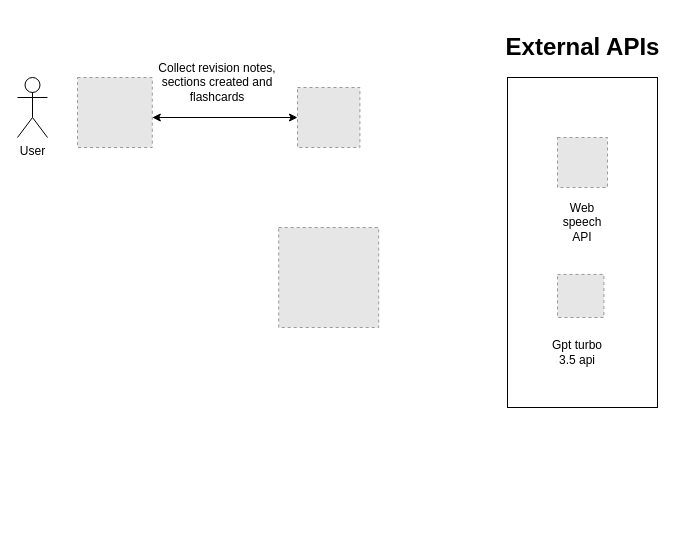
sha1thedon/project_empowermind keeps this draw.io diagram as fyp.drawio. Above is the earlier version. Source tidied: cells renumbered, new cells numbered last; positions are measured from the earlier drawing's top-left corner, leaving out a move shared by most shapes. Both pictures are drawn from the tidied source at 100%, with x=0, y=0 at pixel (17, 27). Pictures stored in the file or linked from it are replaced by grey dashed boxes.
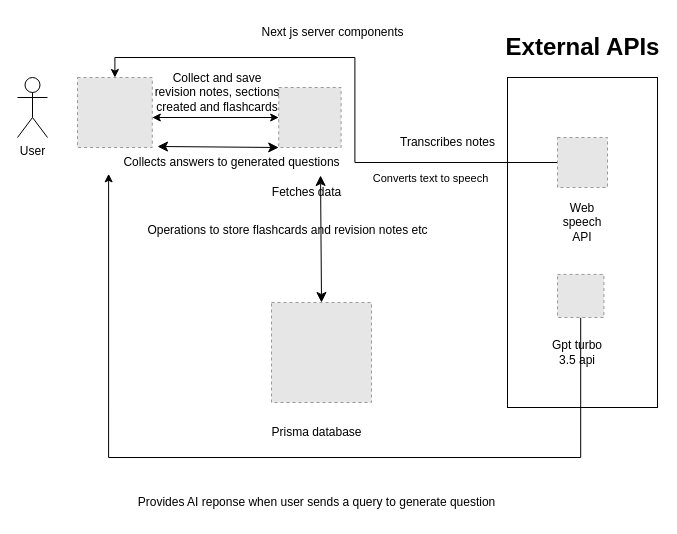
Above is the later version.

Unchanged cells that the change refers to:
```xml
<mxCell id="3" style="fillColor=#E6E6E6;strokeColor=#999999;dashed=1;verticalLabelPosition=bottom;labelBackgroundColor=default;verticalAlign=top;" parent="1" vertex="1">
  <mxGeometry x="60" y="50" width="74.8" height="70" as="geometry" />
</mxCell>
<mxCell id="8" style="fillColor=#E6E6E6;strokeColor=#999999;dashed=1;verticalLabelPosition=bottom;labelBackgroundColor=default;verticalAlign=top;" parent="1" vertex="1">
  <mxGeometry x="540" y="246.9" width="46.4" height="43.1" as="geometry" />
</mxCell>
<mxCell id="10" style="fillColor=#E6E6E6;strokeColor=#999999;dashed=1;verticalLabelPosition=bottom;labelBackgroundColor=default;verticalAlign=top;" parent="1" vertex="1">
  <mxGeometry x="540" y="110" width="50" height="50" as="geometry" />
</mxCell>
```

Diff of the diagram source:
```diff
@@
     <mxCell id="4" style="fillColor=#E6E6E6;strokeColor=#999999;dashed=1;verticalLabelPosition=bottom;labelBackgroundColor=default;verticalAlign=top;" parent="1" vertex="1">
-      <mxGeometry x="280" y="60" width="62.4" height="60" as="geometry" />
+      <mxGeometry x="261.2" y="60" width="62.4" height="60" as="geometry" />
     </mxCell>
     <mxCell id="5" style="fillColor=#E6E6E6;strokeColor=#999999;dashed=1;verticalLabelPosition=bottom;labelBackgroundColor=default;verticalAlign=top;" parent="1" vertex="1">
-      <mxGeometry x="261.2" y="200" width="100" height="100" as="geometry" />
+      <mxGeometry x="254" y="275" width="100" height="100" as="geometry" />
     </mxCell>
@@
+    <mxCell id="14" style="edgeStyle=orthogonalEdgeStyle;rounded=0;jettySize=auto;html=1;entryX=-0.012;entryY=0.878;entryDx=0;entryDy=0;entryPerimeter=0;" parent="1" edge="1" source="8" target="22">
+      <mxGeometry relative="1" as="geometry">
+        <Array as="points">
+          <mxPoint x="563" y="430" />
+          <mxPoint x="91" y="430" />
+        </Array>
+      </mxGeometry>
+    </mxCell>
@@
+    <mxCell id="15" style="edgeStyle=orthogonalEdgeStyle;rounded=0;jettySize=auto;html=1;entryX=0.5;entryY=0;entryDx=0;entryDy=0;" parent="1" edge="1" source="10" target="3">
+      <mxGeometry relative="1" as="geometry" />
+    </mxCell>
+    <mxCell id="16" value="Converts text to speech" style="edgeLabel;html=1;align=center;verticalAlign=middle;" parent="15" vertex="1">
+      <mxGeometry x="-0.55" y="3" relative="1" as="geometry">
+        <mxPoint y="12" as="offset" />
+      </mxGeometry>
+    </mxCell>
@@
-    <mxCell id="12" value="Collect revision notes, sections created and flashcards" style="text;html=1;align=center;verticalAlign=middle;whiteSpace=wrap;rounded=0;" parent="1" vertex="1">
-      <mxGeometry x="134.8" y="40" width="130" height="30" as="geometry" />
+    <mxCell id="12" value="Collect and save revision notes, sections created and flashcards" style="text;html=1;align=center;verticalAlign=middle;whiteSpace=wrap;rounded=0;" parent="1" vertex="1">
+      <mxGeometry x="134.8" y="50" width="130" height="30" as="geometry" />
     </mxCell>
@@
+    <mxCell id="17" value="Prisma database" style="text;html=1;align=center;verticalAlign=middle;strokeColor=none;fillColor=none;" parent="1" vertex="1">
+      <mxGeometry x="244" y="390" width="110" height="30" as="geometry" />
+    </mxCell>
+    <mxCell id="18" value="Operations to store flashcards and revision notes etc" style="text;html=1;align=center;verticalAlign=middle;strokeColor=none;fillColor=none;" parent="1" vertex="1">
+      <mxGeometry x="120" y="188" width="300" height="30" as="geometry" />
+    </mxCell>
+    <mxCell id="19" value="Fetches data" style="text;html=1;align=center;verticalAlign=middle;points=[];strokeColor=none;fillColor=none;" parent="1" vertex="1">
+      <mxGeometry x="244" y="150" width="90" height="30" as="geometry" />
+    </mxCell>
+    <mxCell id="20" value="Transcribes notes" style="text;html=1;align=center;verticalAlign=middle;strokeColor=none;fillColor=none;" parent="1" vertex="1">
+      <mxGeometry x="370" y="100" width="120" height="30" as="geometry" />
+    </mxCell>
+    <mxCell id="21" style="edgeStyle=none;jettySize=auto;html=1;endArrow=classic;startArrow=classic;endSize=8;startSize=8;rounded=0;entryX=0;entryY=1;entryDx=0;entryDy=0;" parent="1" edge="1" target="4">
+      <mxGeometry relative="1" as="geometry">
+        <mxPoint x="140" y="119" as="sourcePoint" />
+      </mxGeometry>
+    </mxCell>
+    <mxCell id="22" value="Collects answers to generated questions" style="text;html=1;align=center;verticalAlign=middle;points=[];strokeColor=none;fillColor=none;" parent="1" vertex="1">
+      <mxGeometry x="94" y="120" width="240" height="30" as="geometry" />
+    </mxCell>
+    <mxCell id="23" value="Provides AI reponse when user sends a query to generate question" style="text;html=1;align=center;verticalAlign=middle;strokeColor=none;fillColor=none;" parent="1" vertex="1">
+      <mxGeometry x="109" y="460" width="380" height="30" as="geometry" />
+    </mxCell>
+    <mxCell id="24" style="edgeStyle=none;jettySize=auto;html=1;endArrow=classic;startArrow=classic;endSize=8;startSize=8;rounded=0;exitX=0.5;exitY=0;exitDx=0;exitDy=0;entryX=0.656;entryY=-0.067;entryDx=0;entryDy=0;entryPerimeter=0;" parent="1" edge="1" source="5" target="19">
+      <mxGeometry relative="1" as="geometry" />
+    </mxCell>
+    <mxCell id="25" value="Next js server components" style="text;html=1;align=center;verticalAlign=middle;strokeColor=none;fillColor=none;" parent="1" vertex="1">
+      <mxGeometry x="230" y="-10" width="170" height="30" as="geometry" />
+    </mxCell>
```
